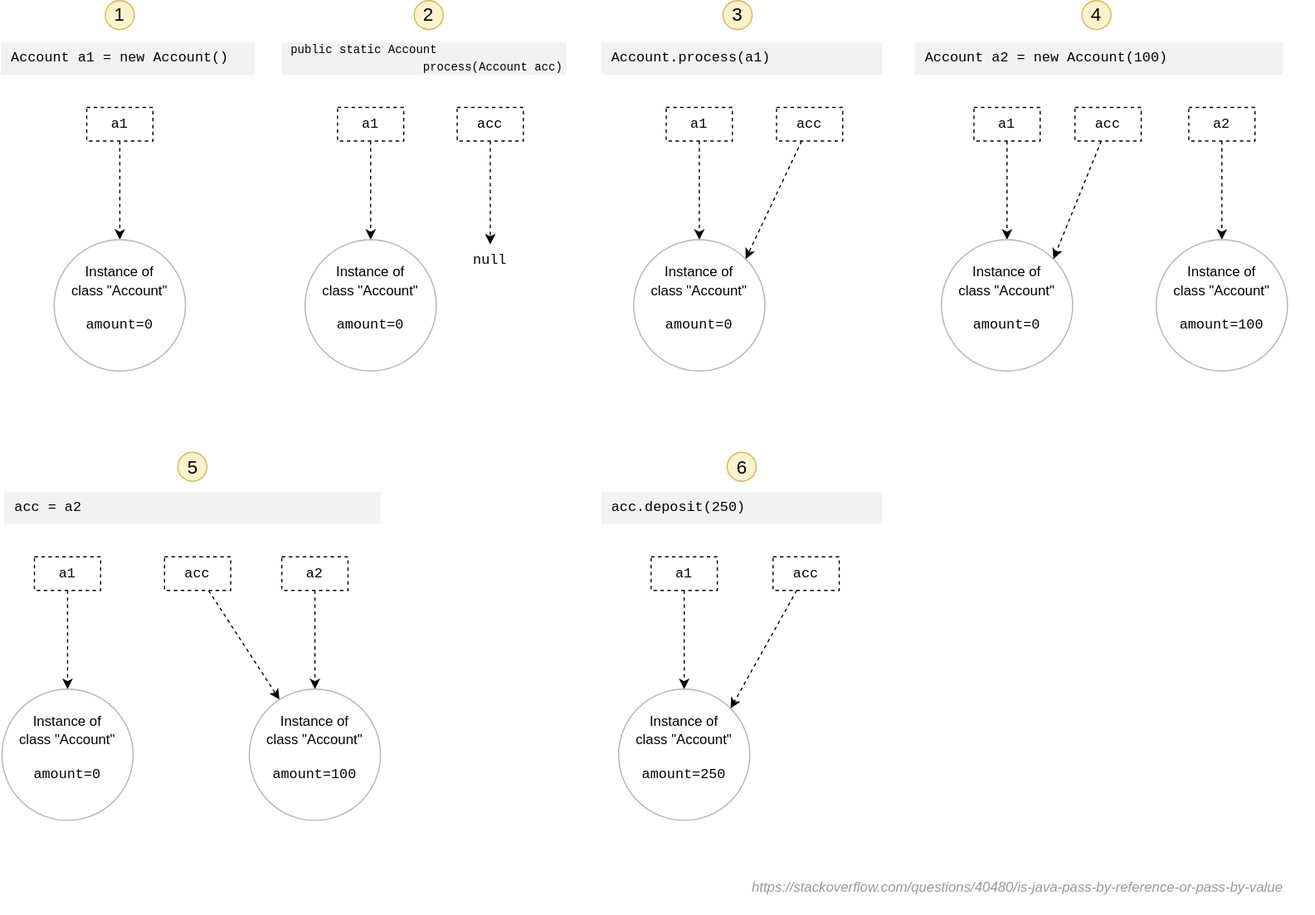
This is course-1/docs/diagrams/reference-semantics.svg from ThorstenEckstein/dhbw-advanced-programming, a draw.io export, as it was before one commit. Source tidied: cells renumbered, new cells last; positions are measured from the earlier drawing's top-left corner, leaving out a move shared by most shapes.
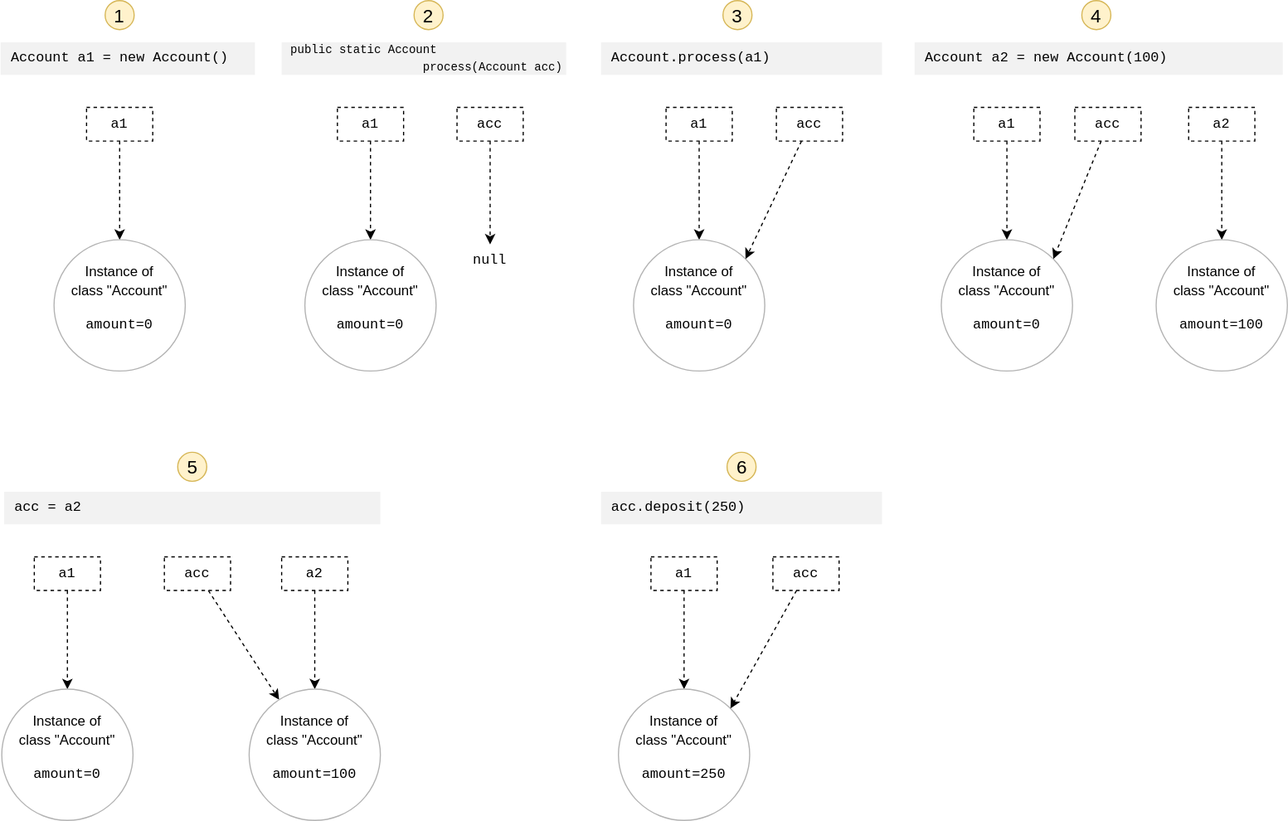
The same diagram one commit later.

Diff of the diagram source:
```diff
@@ -125,9 +125,6 @@
     <mxCell id="42" value="acc" style="rounded=0;whiteSpace=wrap;html=1;fontFamily=Courier New;dashed=1;" parent="1" vertex="1">
       <mxGeometry x="665" y="479" width="57" height="29" as="geometry" />
     </mxCell>
-    <mxCell id="43" value="https://stackoverflow.com/questions/40480/is-java-pass-by-reference-or-pass-by-value" style="text;whiteSpace=wrap;html=1;fontColor=#999999;fontStyle=2;" parent="1" vertex="1">
-      <mxGeometry x="645" y="750" width="486" height="36" as="geometry" />
-    </mxCell>
     <mxCell id="44" value="&lt;font style=&quot;font-size: 16px;&quot;&gt;1&lt;br&gt;&lt;/font&gt;" style="ellipse;whiteSpace=wrap;html=1;fillColor=#fff2cc;strokeColor=#d6b656;" parent="1" vertex="1">
       <mxGeometry x="90" width="25" height="25" as="geometry" />
     </mxCell>
```
